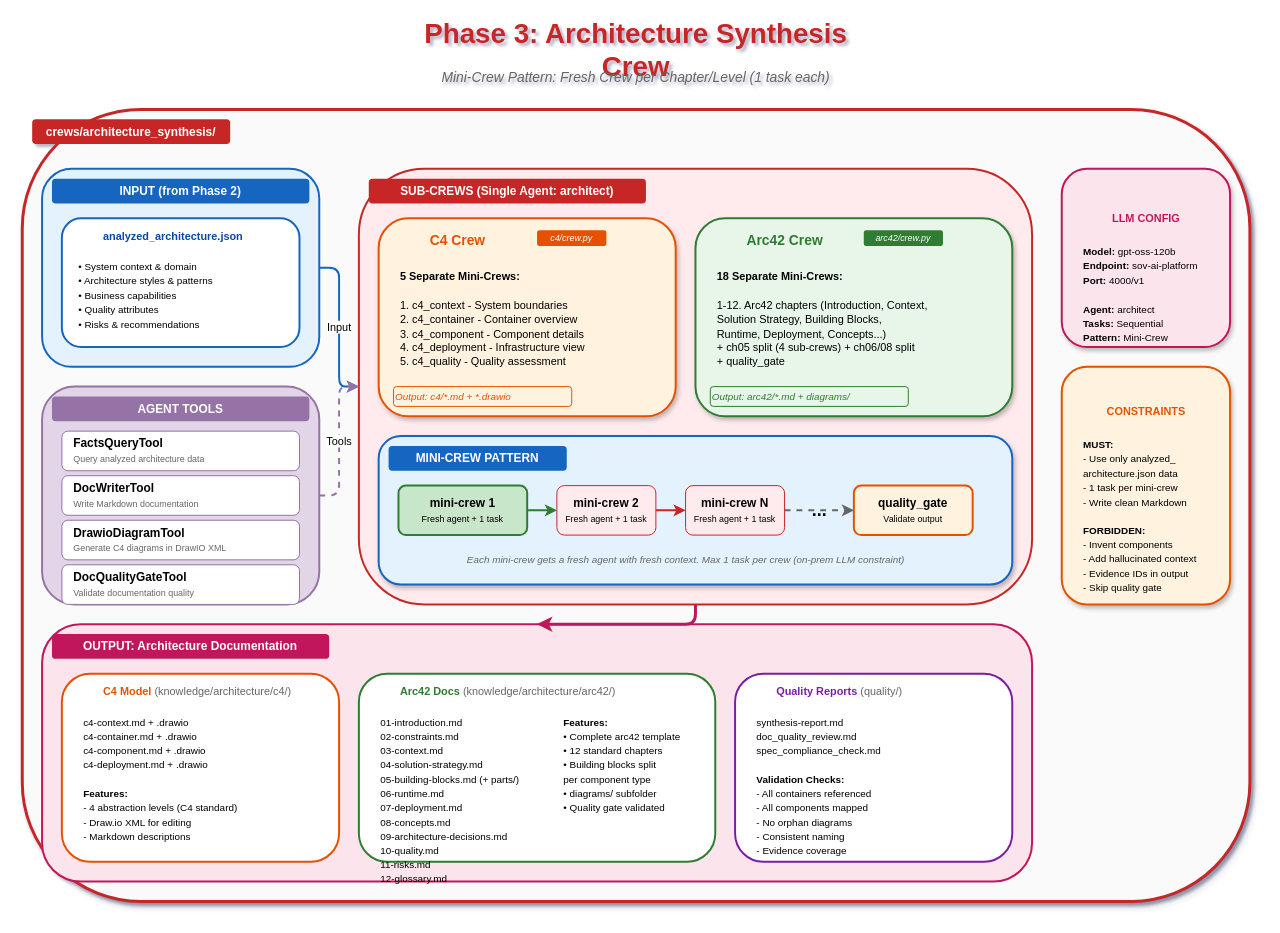
The draw.io diagram docs/diagrams/synthesis-crew.drawio in aymenmastouri/aicodegencrew, before the edit. Source tidied: cells renumbered, new cells numbered last; positions are measured from the earlier drawing's top-left corner, leaving out a move shared by most shapes. Both pictures are drawn from the tidied source at 99%, with x=0, y=0 at pixel (22, 30).
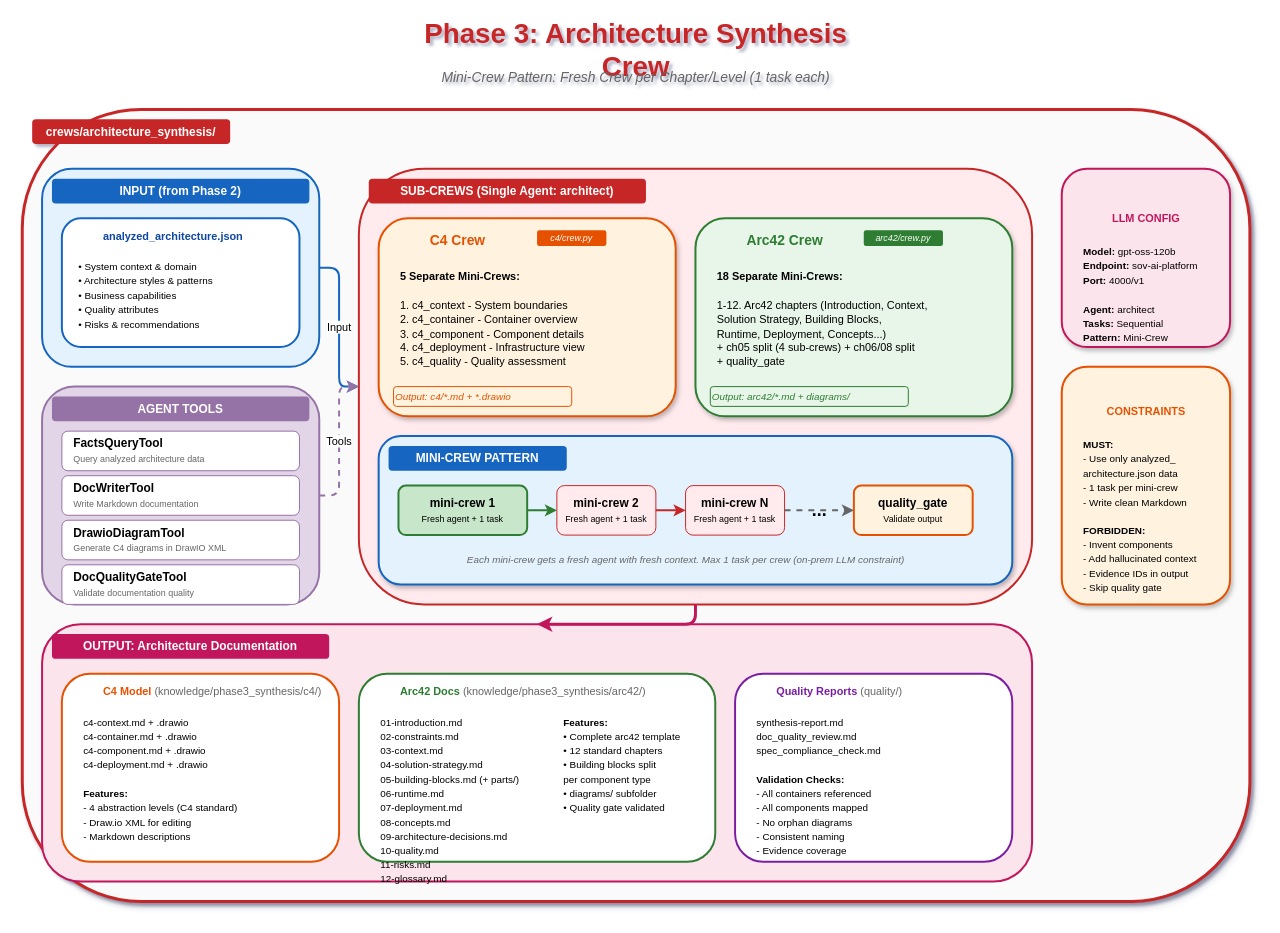
Above is the later version.

What changed in the source:
```diff
@@
-    <mxCell id="47" value="&lt;b&gt;C4 Model&lt;/b&gt;  &lt;font color=&quot;#666&quot;&gt;(knowledge/architecture/c4/)&lt;/font&gt;" style="text;html=1;strokeColor=none;fillColor=none;align=left;verticalAlign=middle;fontSize=11;fontColor=#e65100;" parent="1" vertex="1">
+    <mxCell id="47" value="&lt;b&gt;C4 Model&lt;/b&gt;  &lt;font color=&quot;#666&quot;&gt;(knowledge/phase3_synthesis/c4/)&lt;/font&gt;" style="text;html=1;strokeColor=none;fillColor=none;align=left;verticalAlign=middle;fontSize=11;fontColor=#e65100;" parent="1" vertex="1">
       <mxGeometry x="80" y="655" width="230" height="25" as="geometry" />
     </mxCell>
@@
-    <mxCell id="51" value="&lt;b&gt;Arc42 Docs&lt;/b&gt;  &lt;font color=&quot;#666&quot;&gt;(knowledge/architecture/arc42/)&lt;/font&gt;" style="text;html=1;strokeColor=none;fillColor=none;align=left;verticalAlign=middle;fontSize=11;fontColor=#2e7d32;" parent="1" vertex="1">
+    <mxCell id="51" value="&lt;b&gt;Arc42 Docs&lt;/b&gt;  &lt;font color=&quot;#666&quot;&gt;(knowledge/phase3_synthesis/arc42/)&lt;/font&gt;" style="text;html=1;strokeColor=none;fillColor=none;align=left;verticalAlign=middle;fontSize=11;fontColor=#2e7d32;" parent="1" vertex="1">
       <mxGeometry x="380" y="655" width="300" height="25" as="geometry" />
     </mxCell>
```
